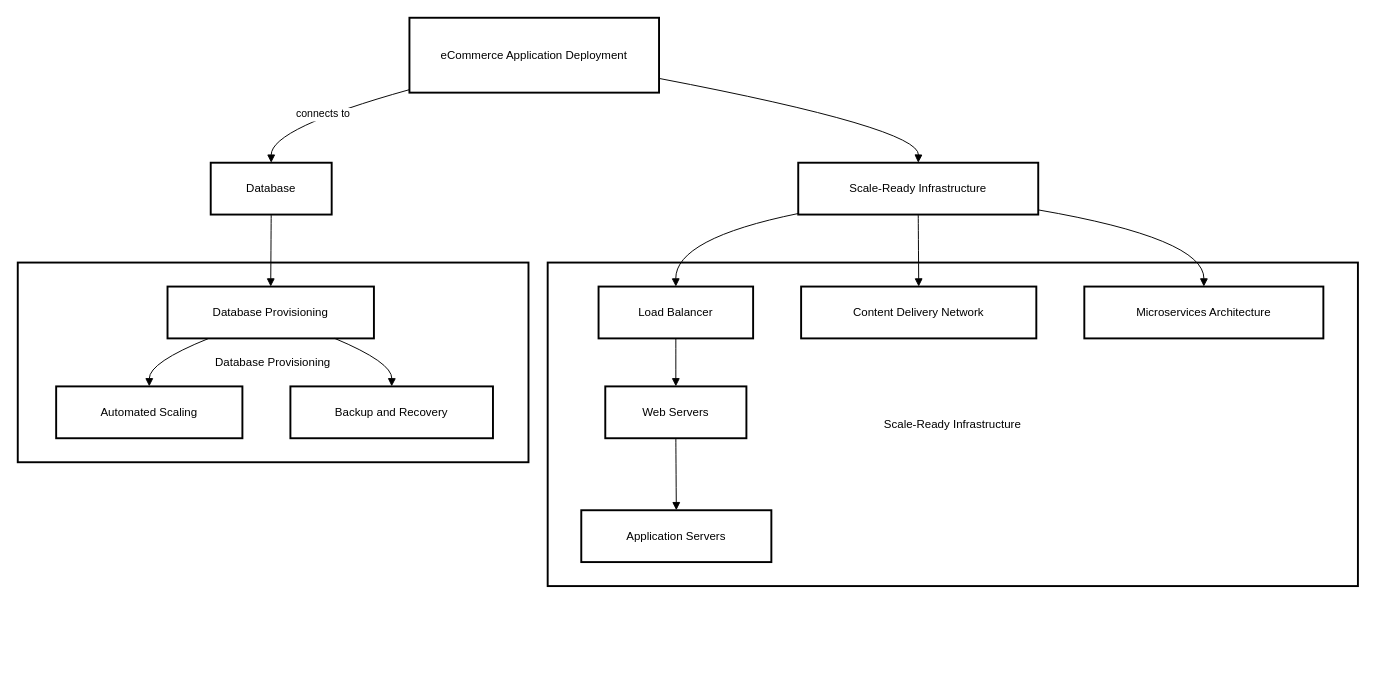
Before: Documentation/ecom_architecture.drawio in abdoulWaris/Projet_prestashop_terraform, a draw.io diagram. Source tidied: cells renumbered, new cells numbered last; positions are measured from the earlier drawing's top-left corner, leaving out a move shared by most shapes. Both pictures are drawn from the tidied source at 96%, with x=0, y=0 at pixel (17, 17).
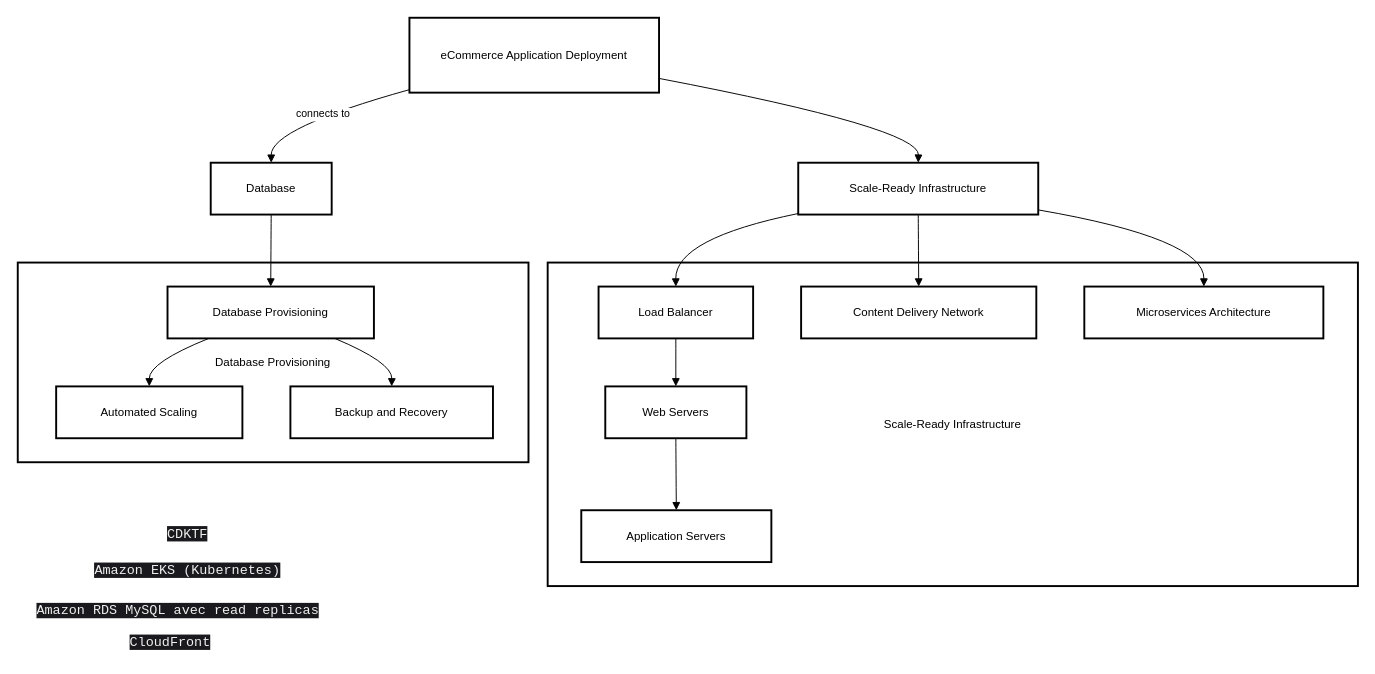
The same page after the edit.

The edit, as a diff of the source:
```diff
@@
+    <mxCell id="25" value="&lt;span style=&quot;color: oklab(0.952331 0.000418991 -0.00125992); font-family: &amp;quot;gg mono&amp;quot;, &amp;quot;Source Code Pro&amp;quot;, Consolas, &amp;quot;Andale Mono WT&amp;quot;, &amp;quot;Andale Mono&amp;quot;, &amp;quot;Lucida Console&amp;quot;, &amp;quot;Lucida Sans Typewriter&amp;quot;, &amp;quot;DejaVu Sans Mono&amp;quot;, &amp;quot;Bitstream Vera Sans Mono&amp;quot;, &amp;quot;Liberation Mono&amp;quot;, &amp;quot;Nimbus Mono L&amp;quot;, Monaco, &amp;quot;Courier New&amp;quot;, Courier, monospace; font-size: 14px; text-align: start; white-space: pre; background-color: oklab(0.219499 0.00211129 -0.00744916);&quot;&gt;CDKTF&lt;/span&gt;" style="text;html=1;align=center;verticalAlign=middle;whiteSpace=wrap;rounded=0;" parent="1" vertex="1">
+      <mxGeometry x="102" y="522" width="150" height="32.5" as="geometry" />
+    </mxCell>
+    <mxCell id="26" value="&lt;span style=&quot;color: oklab(0.952331 0.000418991 -0.00125992); font-family: &amp;quot;gg mono&amp;quot;, &amp;quot;Source Code Pro&amp;quot;, Consolas, &amp;quot;Andale Mono WT&amp;quot;, &amp;quot;Andale Mono&amp;quot;, &amp;quot;Lucida Console&amp;quot;, &amp;quot;Lucida Sans Typewriter&amp;quot;, &amp;quot;DejaVu Sans Mono&amp;quot;, &amp;quot;Bitstream Vera Sans Mono&amp;quot;, &amp;quot;Liberation Mono&amp;quot;, &amp;quot;Nimbus Mono L&amp;quot;, Monaco, &amp;quot;Courier New&amp;quot;, Courier, monospace; font-size: 14px; text-align: start; white-space: pre; background-color: oklab(0.219499 0.00211129 -0.00744916);&quot;&gt;Amazon EKS (Kubernetes)&lt;/span&gt;" style="text;html=1;align=center;verticalAlign=middle;whiteSpace=wrap;rounded=0;" parent="1" vertex="1">
+      <mxGeometry x="102" y="560" width="150" height="32.5" as="geometry" />
+    </mxCell>
+    <mxCell id="27" value="&lt;span style=&quot;color: oklab(0.952331 0.000418991 -0.00125992); font-family: &amp;quot;gg mono&amp;quot;, &amp;quot;Source Code Pro&amp;quot;, Consolas, &amp;quot;Andale Mono WT&amp;quot;, &amp;quot;Andale Mono&amp;quot;, &amp;quot;Lucida Console&amp;quot;, &amp;quot;Lucida Sans Typewriter&amp;quot;, &amp;quot;DejaVu Sans Mono&amp;quot;, &amp;quot;Bitstream Vera Sans Mono&amp;quot;, &amp;quot;Liberation Mono&amp;quot;, &amp;quot;Nimbus Mono L&amp;quot;, Monaco, &amp;quot;Courier New&amp;quot;, Courier, monospace; font-size: 14px; text-align: start; white-space: pre; background-color: oklab(0.219499 0.00211129 -0.00744916);&quot;&gt;Amazon RDS MySQL avec read replicas&lt;/span&gt;" style="text;html=1;align=center;verticalAlign=middle;whiteSpace=wrap;rounded=0;" parent="1" vertex="1">
+      <mxGeometry x="92" y="602" width="150" height="32.5" as="geometry" />
+    </mxCell>
+    <mxCell id="28" value="&lt;span style=&quot;color: oklab(0.952331 0.000418991 -0.00125992); font-family: &amp;quot;gg mono&amp;quot;, &amp;quot;Source Code Pro&amp;quot;, Consolas, &amp;quot;Andale Mono WT&amp;quot;, &amp;quot;Andale Mono&amp;quot;, &amp;quot;Lucida Console&amp;quot;, &amp;quot;Lucida Sans Typewriter&amp;quot;, &amp;quot;DejaVu Sans Mono&amp;quot;, &amp;quot;Bitstream Vera Sans Mono&amp;quot;, &amp;quot;Liberation Mono&amp;quot;, &amp;quot;Nimbus Mono L&amp;quot;, Monaco, &amp;quot;Courier New&amp;quot;, Courier, monospace; font-size: 14px; text-align: start; white-space: pre; background-color: oklab(0.219499 0.00211129 -0.00744916);&quot;&gt;CloudFront&lt;/span&gt;" style="text;html=1;align=center;verticalAlign=middle;whiteSpace=wrap;rounded=0;" parent="1" vertex="1">
+      <mxGeometry x="84" y="634.5" width="150" height="32.5" as="geometry" />
+    </mxCell>
```
